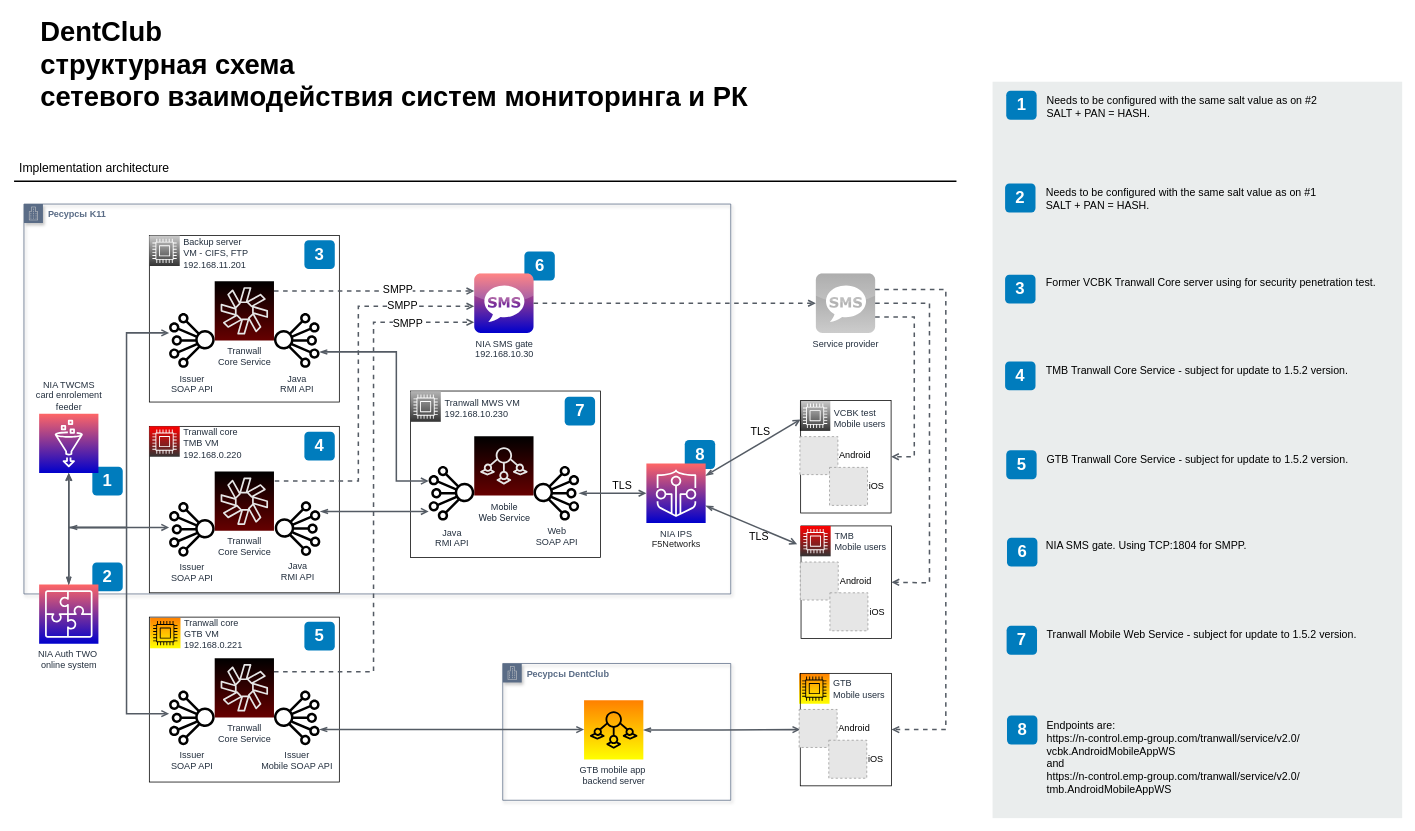
7ak/7ak.github.io keeps this draw.io diagram as DC - network concept.drawio. Above is the earlier version. Source tidied: cells renumbered, new cells numbered last; positions are measured from the earlier drawing's top-left corner, leaving out a move shared by most shapes. Both pictures are drawn from the tidied source at 76%, with x=0, y=0 at pixel (14, 13). Pictures stored in the file or linked from it are replaced by grey dashed boxes.
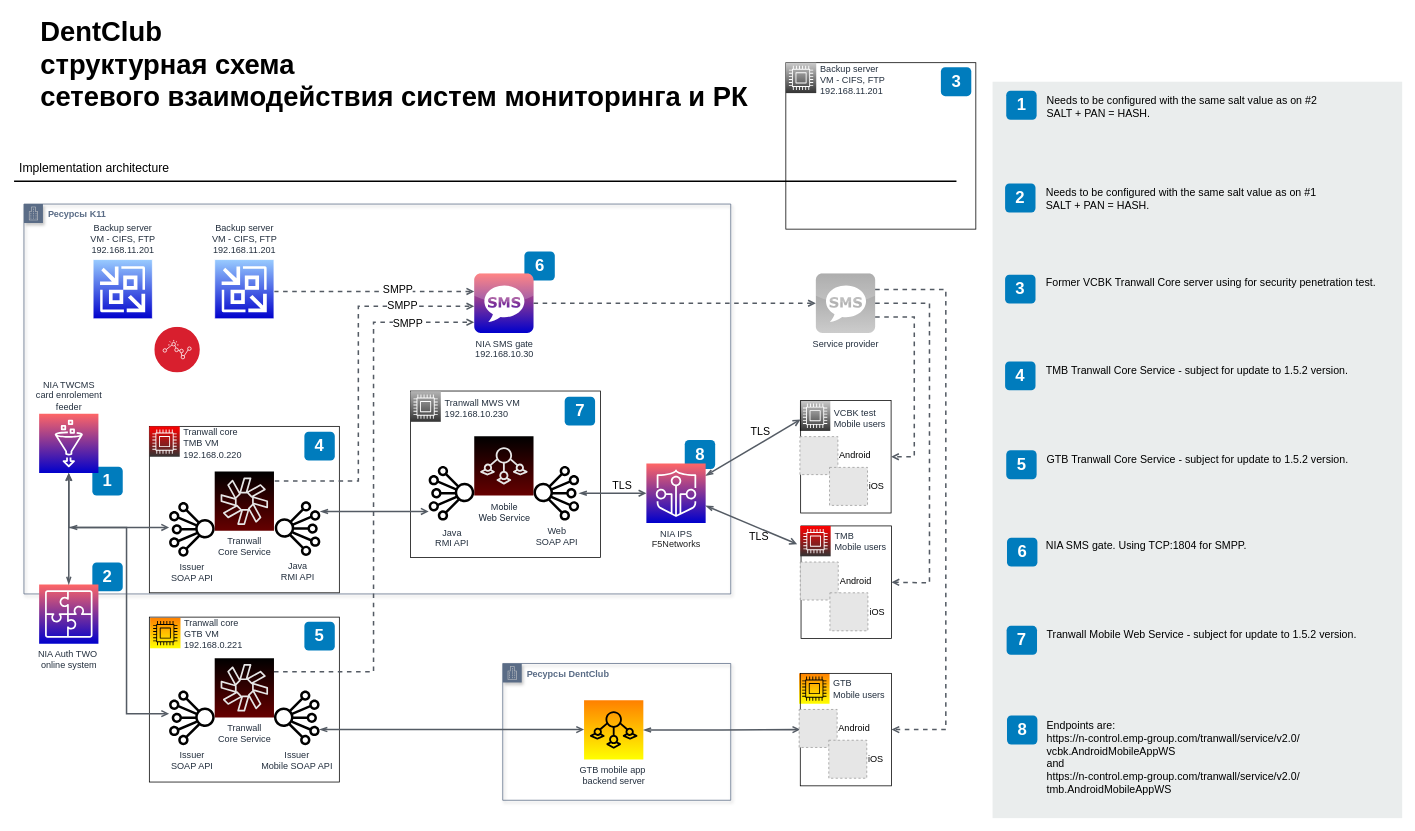
The same diagram, later.

The change refers to these unchanged cells:
```xml
<mxCell id="40" value="NIA Auth TWO&amp;nbsp;&lt;br&gt;online system" style="outlineConnect=0;fontColor=#232F3E;gradientColor=#FF6666;gradientDirection=north;fillColor=#0000CC;strokeColor=#ffffff;dashed=0;verticalLabelPosition=bottom;verticalAlign=top;align=center;html=1;fontSize=12;fontStyle=0;shape=mxgraph.aws4.resourceIcon;resIcon=mxgraph.aws4.application_integration;" parent="1" vertex="1">
  <mxGeometry x="33" y="751.5" width="78" height="78" as="geometry" />
</mxCell>
<mxCell id="51" value="Java&lt;br&gt;RMI API" style="outlineConnect=0;fontColor=#232F3E;gradientColor=none;fillColor=#000000;strokeColor=none;dashed=0;verticalLabelPosition=bottom;verticalAlign=top;align=center;html=1;fontSize=12;fontStyle=0;shape=mxgraph.aws4.iot_analytics_channel;spacing=4;" parent="1" vertex="1">
  <mxGeometry x="545.5" y="595.5" width="60" height="72" as="geometry" />
</mxCell>
<mxCell id="56" value="NIA SMS gate&lt;br&gt;192.168.10.30" style="dashed=0;outlineConnect=0;html=1;align=center;labelPosition=center;verticalLabelPosition=bottom;verticalAlign=top;shape=mxgraph.webicons.sms;fillColor=#0000CC;gradientColor=#FF6666;strokeColor=#ffffff;fontColor=#232F3E;fontStyle=0;gradientDirection=north;" parent="1" vertex="1">
  <mxGeometry x="605.5" y="342.5" width="78" height="78" as="geometry" />
</mxCell>
```

The edit, as a diff of the source:
```diff
@@
     <mxCell id="9" style="whiteSpace=wrap;html=1;dashed=0;fontColor=#AAB7B8;fontStyle=0;align=left;verticalAlign=top;strokeColor=#000000;fillColor=none;gradientColor=none;spacingLeft=30;" parent="1" vertex="1">
-      <mxGeometry x="178" y="292.5" width="250" height="219" as="geometry" />
+      <mxGeometry x="1015.5" y="65" width="250" height="219" as="geometry" />
     </mxCell>
@@
     <mxCell id="11" value="&lt;span style=&quot;text-align: left&quot;&gt;Backup server&lt;br&gt;&lt;/span&gt;VM - CIFS, FTP&lt;span style=&quot;text-align: left&quot;&gt;&lt;br&gt;192.168.11.201&lt;br&gt;&lt;/span&gt;" style="fontColor=#232F3E;gradientColor=#CCCCCC;gradientDirection=north;fillColor=#333333;strokeColor=#ffffff;dashed=0;verticalLabelPosition=middle;verticalAlign=middle;align=left;html=1;fontSize=12;fontStyle=0;shape=mxgraph.aws4.resourceIcon;resIcon=mxgraph.aws4.compute;labelPosition=right;spacing=5;spacingBottom=-6;" parent="1" vertex="1">
-      <mxGeometry x="178" y="292.5" width="40" height="40" as="geometry" />
+      <mxGeometry x="1015.5" y="65" width="40" height="40" as="geometry" />
     </mxCell>
@@
-    <mxCell id="15" style="edgeStyle=orthogonalEdgeStyle;rounded=0;jettySize=auto;html=1;strokeColor=#545B64;strokeWidth=2;endFill=0;endArrow=open;startArrow=openThin;startFill=0;" parent="1" edge="1" source="40" target="36">
-      <mxGeometry relative="1" as="geometry">
-        <Array as="points">
-          <mxPoint x="148" y="676.5" />
-          <mxPoint x="148" y="420.5" />
-        </Array>
-      </mxGeometry>
-    </mxCell>
@@
-    <mxCell id="36" value="Issuer&lt;br&gt;SOAP API" style="outlineConnect=0;fontColor=#232F3E;gradientColor=none;fillColor=#000000;strokeColor=none;dashed=0;verticalLabelPosition=bottom;verticalAlign=top;align=center;html=1;fontSize=12;fontStyle=0;shape=mxgraph.aws4.iot_analytics_channel;" parent="1" vertex="1">
-      <mxGeometry x="204" y="394.5" width="60" height="72" as="geometry" />
-    </mxCell>
@@
     <mxCell id="39" value="3" style="rounded=1;whiteSpace=wrap;html=1;fillColor=#007CBD;strokeColor=none;fontColor=#FFFFFF;fontStyle=1;fontSize=22;" parent="1" vertex="1">
-      <mxGeometry x="382" y="298.5" width="40" height="38" as="geometry" />
+      <mxGeometry x="1219.5" y="71" width="40" height="38" as="geometry" />
     </mxCell>
@@
-    <mxCell id="44" value="&lt;span style=&quot;text-align: left&quot;&gt;Tranwall&lt;br&gt;Core Service&lt;/span&gt;" style="outlineConnect=0;fontColor=#232F3E;gradientColor=#000000;gradientDirection=north;fillColor=#660000;strokeColor=#E6E6E6;dashed=0;verticalLabelPosition=bottom;verticalAlign=top;align=center;html=1;fontSize=12;fontStyle=0;shape=mxgraph.aws4.resourceIcon;resIcon=mxgraph.aws4.chime;shadow=0;" parent="1" vertex="1">
-      <mxGeometry x="264" y="352.5" width="78" height="78" as="geometry" />
-    </mxCell>
-    <mxCell id="45" value="Java&lt;br&gt;RMI API" style="outlineConnect=0;fontColor=#232F3E;gradientColor=none;fillColor=#000000;strokeColor=none;dashed=0;verticalLabelPosition=bottom;verticalAlign=top;align=center;html=1;fontSize=12;fontStyle=0;shape=mxgraph.aws4.iot_analytics_channel;flipV=0;flipH=1;" parent="1" vertex="1">
-      <mxGeometry x="342" y="394.5" width="60" height="72" as="geometry" />
-    </mxCell>
-    <mxCell id="46" style="edgeStyle=orthogonalEdgeStyle;rounded=0;jettySize=auto;html=1;strokeColor=#545B64;strokeWidth=2;endFill=0;endArrow=open;startArrow=openThin;startFill=0;" parent="1" edge="1" source="45" target="51">
-      <mxGeometry relative="1" as="geometry">
-        <Array as="points">
-          <mxPoint x="503" y="445.5" />
-          <mxPoint x="503" y="615.5" />
-        </Array>
-      </mxGeometry>
-    </mxCell>
@@
-    <mxCell id="57" style="edgeStyle=orthogonalEdgeStyle;rounded=0;jettySize=auto;html=1;strokeColor=#545B64;strokeWidth=2;endFill=0;endArrow=open;startArrow=none;startFill=0;dashed=1;" parent="1" edge="1" source="44" target="56">
+    <mxCell id="57" style="edgeStyle=orthogonalEdgeStyle;rounded=0;jettySize=auto;html=1;strokeColor=#545B64;strokeWidth=2;endFill=0;endArrow=open;startArrow=none;startFill=0;dashed=1;" parent="1" edge="1" target="56">
       <mxGeometry relative="1" as="geometry">
+        <mxPoint x="342" y="366" as="sourcePoint" />
         <Array as="points">
           <mxPoint x="473" y="365.5" />
           <mxPoint x="473" y="365.5" />
         </Array>
       </mxGeometry>
     </mxCell>
@@
+    <mxCell id="99" value="&lt;span style=&quot;text-align: left&quot;&gt;Backup server&lt;br&gt;&lt;/span&gt;&lt;span style=&quot;text-align: left&quot;&gt;VM - CIFS, FTP&lt;/span&gt;&lt;span style=&quot;text-align: left&quot;&gt;&lt;br&gt;192.168.11.201&lt;/span&gt;" style="dashed=0;html=1;strokeColor=#ffffff;fillColor=#0000CC;labelPosition=center;verticalLabelPosition=top;verticalAlign=bottom;align=center;shape=mxgraph.veeam.backup_replication;fontColor=#232F3E;fontStyle=0;gradientColor=#99CCFF;gradientDirection=north;spacingBottom=0;spacingTop=0;spacing=5;" parent="1" vertex="1">
+      <mxGeometry x="104" y="324" width="78" height="78" as="geometry" />
+    </mxCell>
+    <mxCell id="100" value="&lt;span style=&quot;text-align: left&quot;&gt;Backup server&lt;br&gt;&lt;/span&gt;&lt;span style=&quot;text-align: left&quot;&gt;VM - CIFS, FTP&lt;/span&gt;&lt;span style=&quot;text-align: left&quot;&gt;&lt;br&gt;192.168.11.201&lt;/span&gt;" style="dashed=0;html=1;strokeColor=#ffffff;fillColor=#0000CC;labelPosition=center;verticalLabelPosition=top;verticalAlign=bottom;align=center;shape=mxgraph.veeam.backup_replication;fontColor=#232F3E;fontStyle=0;gradientColor=#99CCFF;gradientDirection=north;spacingBottom=0;spacingTop=0;spacing=5;" parent="1" vertex="1">
+      <mxGeometry x="264" y="324" width="78" height="78" as="geometry" />
+    </mxCell>
+    <mxCell id="101" style="perimeter=ellipsePerimeter;html=1;align=center;shadow=0;dashed=0;fontColor=#4277BB;labelBackgroundColor=#ffffff;fontSize=12;spacingTop=3;image;image=img/lib/ibm/security/security_monitoring_intelligence.svg;gradientColor=#99CCFF;" parent="1" vertex="1">
+      <mxGeometry x="185" y="413" width="60" height="60" as="geometry" />
+    </mxCell>
```
